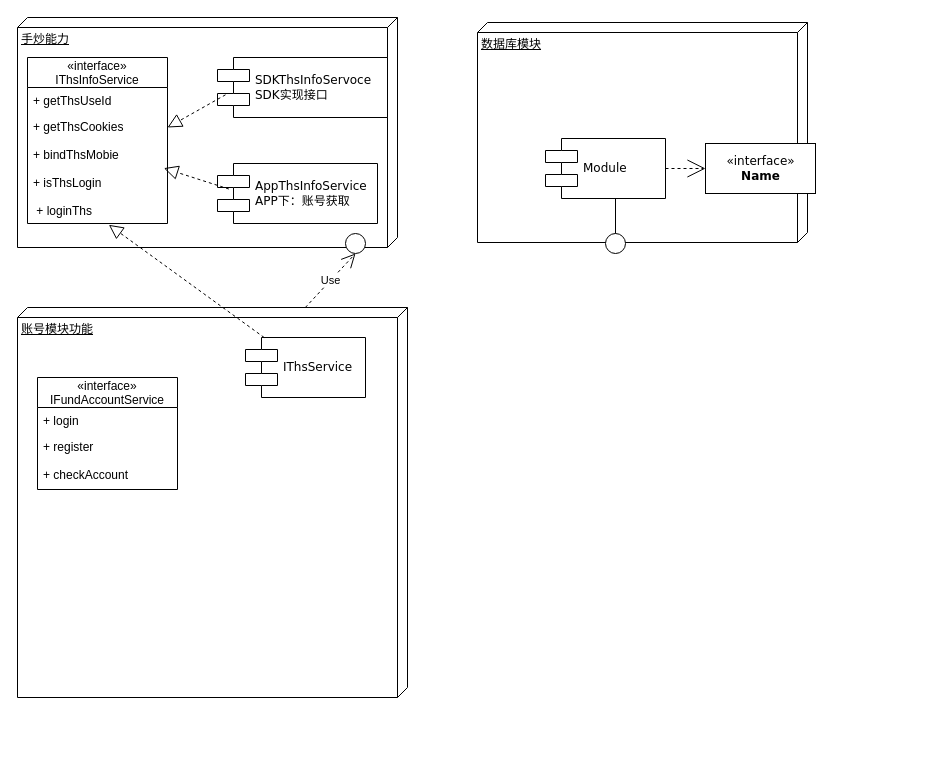
Above: class.drawio in NamSangMi/-personal-learning (draw.io), before the change. Source tidied: cells renumbered, new cells numbered last; positions are measured from the earlier drawing's top-left corner, leaving out a move shared by most shapes. Both pictures are drawn from the tidied source at 100%, with x=0, y=0 at pixel (17, 17).
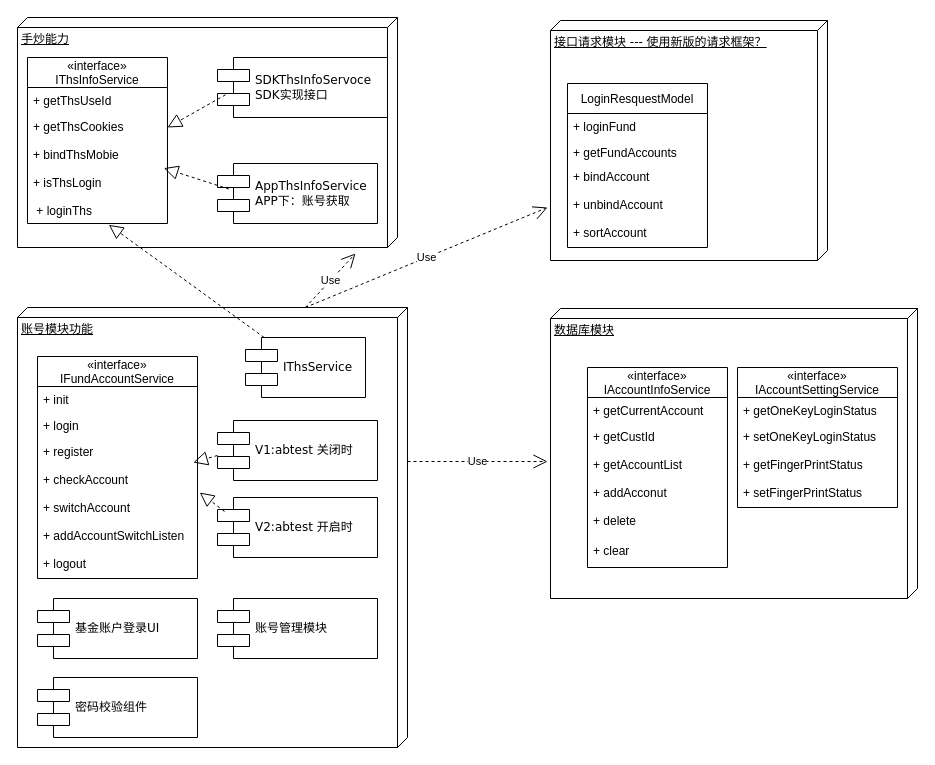
After the change.

Change to the diagram source:
```diff
@@
     <mxCell id="3" value="数据库模块" style="verticalAlign=top;align=left;spacingTop=8;spacingLeft=2;spacingRight=12;shape=cube;size=10;direction=south;fontStyle=4;html=1;rounded=0;shadow=0;comic=0;labelBackgroundColor=none;strokeWidth=1;fontFamily=Verdana;fontSize=12;" parent="1" vertex="1">
-      <mxGeometry x="460" y="5" width="330" height="220" as="geometry" />
+      <mxGeometry x="533" y="291" width="367" height="290" as="geometry" />
     </mxCell>
     <mxCell id="4" value="账号模块功能" style="verticalAlign=top;align=left;spacingTop=8;spacingLeft=2;spacingRight=12;shape=cube;size=10;direction=south;fontStyle=4;html=1;rounded=0;shadow=0;comic=0;labelBackgroundColor=none;strokeWidth=1;fontFamily=Verdana;fontSize=12;" parent="1" vertex="1">
-      <mxGeometry y="290" width="390" height="390" as="geometry" />
+      <mxGeometry y="290" width="390" height="440" as="geometry" />
     </mxCell>
@@
-    <mxCell id="6" style="ellipse;whiteSpace=wrap;html=1;rounded=0;shadow=0;comic=0;labelBackgroundColor=none;strokeWidth=1;fontFamily=Verdana;fontSize=12;align=center;" parent="1" vertex="1">
-      <mxGeometry x="328" y="216" width="20" height="20" as="geometry" />
-    </mxCell>
-    <mxCell id="7" value="Module" style="shape=component;align=left;spacingLeft=36;rounded=0;shadow=0;comic=0;labelBackgroundColor=none;strokeWidth=1;fontFamily=Verdana;fontSize=12;html=1;" parent="1" vertex="1">
-      <mxGeometry x="528" y="121" width="120" height="60" as="geometry" />
-    </mxCell>
-    <mxCell id="8" value="&amp;laquo;interface&amp;raquo;&lt;br&gt;&lt;b&gt;Name&lt;/b&gt;" style="html=1;rounded=0;shadow=0;comic=0;labelBackgroundColor=none;strokeWidth=1;fontFamily=Verdana;fontSize=12;align=center;" parent="1" vertex="1">
-      <mxGeometry x="688" y="126" width="110" height="50" as="geometry" />
-    </mxCell>
-    <mxCell id="9" style="ellipse;whiteSpace=wrap;html=1;rounded=0;shadow=0;comic=0;labelBackgroundColor=none;strokeWidth=1;fontFamily=Verdana;fontSize=12;align=center;" parent="1" vertex="1">
-      <mxGeometry x="588" y="216" width="20" height="20" as="geometry" />
-    </mxCell>
-    <mxCell id="10" style="edgeStyle=elbowEdgeStyle;rounded=0;html=1;labelBackgroundColor=none;startArrow=none;startFill=0;startSize=8;endArrow=none;endFill=0;endSize=16;fontFamily=Verdana;fontSize=12;" parent="1" edge="1" source="9" target="7">
-      <mxGeometry relative="1" as="geometry" />
-    </mxCell>
-    <mxCell id="11" style="edgeStyle=orthogonalEdgeStyle;rounded=0;html=1;dashed=1;labelBackgroundColor=none;startArrow=none;startFill=0;startSize=8;endArrow=open;endFill=0;endSize=16;fontFamily=Verdana;fontSize=12;" parent="1" edge="1" source="7" target="8">
-      <mxGeometry relative="1" as="geometry" />
-    </mxCell>
@@
     <mxCell id="19" value="«interface»&#10;IFundAccountService" style="swimlane;fontStyle=0;horizontal=1;startSize=30;" parent="1" vertex="1">
-      <mxGeometry x="20" y="360" width="140" height="112" as="geometry" />
+      <mxGeometry x="20" y="339" width="160" height="222" as="geometry" />
     </mxCell>
+    <mxCell id="28" value="+ init" style="text;strokeColor=none;fillColor=none;align=left;verticalAlign=top;spacingLeft=4;spacingRight=4;overflow=hidden;" parent="19" vertex="1">
+      <mxGeometry y="30" width="160" height="26" as="geometry" />
+    </mxCell>
     <mxCell id="20" value="+ login" style="text;strokeColor=none;fillColor=none;align=left;verticalAlign=top;spacingLeft=4;spacingRight=4;overflow=hidden;" parent="19" vertex="1">
-      <mxGeometry y="30" width="140" height="26" as="geometry" />
+      <mxGeometry y="56" width="160" height="26" as="geometry" />
     </mxCell>
     <mxCell id="21" value="+ register" style="text;strokeColor=none;fillColor=none;align=left;verticalAlign=top;spacingLeft=4;spacingRight=4;overflow=hidden;points=[[0,0.5],[1,0.5]];portConstraint=eastwest;" parent="19" vertex="1">
-      <mxGeometry y="56" width="140" height="28" as="geometry" />
+      <mxGeometry y="82" width="160" height="28" as="geometry" />
     </mxCell>
     <mxCell id="22" value="+ checkAccount" style="text;strokeColor=none;fillColor=none;align=left;verticalAlign=top;spacingLeft=4;spacingRight=4;overflow=hidden;" parent="19" vertex="1">
-      <mxGeometry y="84" width="140" height="28" as="geometry" />
+      <mxGeometry y="110" width="160" height="28" as="geometry" />
     </mxCell>
+    <mxCell id="29" value="+ switchAccount" style="text;strokeColor=none;fillColor=none;align=left;verticalAlign=top;spacingLeft=4;spacingRight=4;overflow=hidden;points=[[0,0.5],[1,0.5]];portConstraint=eastwest;" parent="19" vertex="1">
+      <mxGeometry y="138" width="160" height="28" as="geometry" />
+    </mxCell>
+    <mxCell id="30" value="+ addAccountSwitchListen" style="text;strokeColor=none;fillColor=none;align=left;verticalAlign=top;spacingLeft=4;spacingRight=4;overflow=hidden;" parent="19" vertex="1">
+      <mxGeometry y="166" width="160" height="28" as="geometry" />
+    </mxCell>
+    <mxCell id="31" value="+ logout" style="text;strokeColor=none;fillColor=none;align=left;verticalAlign=top;spacingLeft=4;spacingRight=4;overflow=hidden;" parent="19" vertex="1">
+      <mxGeometry y="194" width="160" height="28" as="geometry" />
+    </mxCell>
@@
-    <mxCell id="24" value="Use" style="endArrow=open;endSize=12;dashed=1;html=1;entryX=0.5;entryY=1;entryDx=0;entryDy=0;exitX=0;exitY=0.262;exitDx=0;exitDy=0;exitPerimeter=0;" parent="1" edge="1" source="4" target="6">
-      <mxGeometry relative="1" as="geometry" />
+    <mxCell id="24" value="Use" style="endArrow=open;endSize=12;dashed=1;html=1;entryX=0.5;entryY=1;entryDx=0;entryDy=0;exitX=0;exitY=0.262;exitDx=0;exitDy=0;exitPerimeter=0;" parent="1" edge="1" source="4">
+      <mxGeometry relative="1" as="geometry">
+        <mxPoint x="338" y="236" as="targetPoint" />
+      </mxGeometry>
     </mxCell>
@@
+    <mxCell id="32" value="V1:abtest 关闭时" style="shape=component;align=left;spacingLeft=36;rounded=0;shadow=0;comic=0;labelBackgroundColor=none;strokeWidth=1;fontFamily=Verdana;fontSize=12;html=1;" parent="1" vertex="1">
+      <mxGeometry x="200" y="403" width="160" height="60" as="geometry" />
+    </mxCell>
+    <mxCell id="33" value="V2:abtest 开启时" style="shape=component;align=left;spacingLeft=36;rounded=0;shadow=0;comic=0;labelBackgroundColor=none;strokeWidth=1;fontFamily=Verdana;fontSize=12;html=1;" parent="1" vertex="1">
+      <mxGeometry x="200" y="480" width="160" height="60" as="geometry" />
+    </mxCell>
+    <mxCell id="34" style="endArrow=block;dashed=1;endFill=0;endSize=12;html=1;entryX=0.974;entryY=0.857;entryDx=0;entryDy=0;entryPerimeter=0;exitX=0;exitY=0.583;exitDx=0;exitDy=0;exitPerimeter=0;" parent="1" edge="1" source="32" target="21">
+      <mxGeometry relative="1" as="geometry" />
+    </mxCell>
+    <mxCell id="35" style="endArrow=block;dashed=1;endFill=0;endSize=12;html=1;entryX=1.014;entryY=-0.071;entryDx=0;entryDy=0;entryPerimeter=0;exitX=0.044;exitY=0.233;exitDx=0;exitDy=0;exitPerimeter=0;" parent="1" edge="1" source="33" target="29">
+      <mxGeometry relative="1" as="geometry" />
+    </mxCell>
+    <mxCell id="36" value="«interface»&#10;IAccountInfoService" style="swimlane;fontStyle=0;horizontal=1;startSize=30;" parent="1" vertex="1">
+      <mxGeometry x="570" y="350" width="140" height="200" as="geometry" />
+    </mxCell>
+    <mxCell id="37" value="+ getCurrentAccount" style="text;strokeColor=none;fillColor=none;align=left;verticalAlign=top;spacingLeft=4;spacingRight=4;overflow=hidden;" parent="36" vertex="1">
+      <mxGeometry y="30" width="140" height="26" as="geometry" />
+    </mxCell>
+    <mxCell id="38" value="+ getCustId" style="text;strokeColor=none;fillColor=none;align=left;verticalAlign=top;spacingLeft=4;spacingRight=4;overflow=hidden;" parent="36" vertex="1">
+      <mxGeometry y="56" width="140" height="28" as="geometry" />
+    </mxCell>
+    <mxCell id="39" value="+ getAccountList" style="text;strokeColor=none;fillColor=none;align=left;verticalAlign=top;spacingLeft=4;spacingRight=4;overflow=hidden;" parent="36" vertex="1">
+      <mxGeometry y="84" width="140" height="28" as="geometry" />
+    </mxCell>
+    <mxCell id="40" value="+ addAcconut" style="text;strokeColor=none;fillColor=none;align=left;verticalAlign=top;spacingLeft=4;spacingRight=4;overflow=hidden;" parent="36" vertex="1">
+      <mxGeometry y="112" width="140" height="28" as="geometry" />
+    </mxCell>
+    <mxCell id="41" value="+ delete" style="text;strokeColor=none;fillColor=none;align=left;verticalAlign=top;spacingLeft=4;spacingRight=4;overflow=hidden;" parent="36" vertex="1">
+      <mxGeometry y="140" width="140" height="30" as="geometry" />
+    </mxCell>
+    <mxCell id="42" value="+ clear" style="text;strokeColor=none;fillColor=none;align=left;verticalAlign=top;spacingLeft=4;spacingRight=4;overflow=hidden;" parent="36" vertex="1">
+      <mxGeometry y="170" width="140" height="30" as="geometry" />
+    </mxCell>
+    <mxCell id="43" value="Use" style="endArrow=open;endSize=12;dashed=1;html=1;exitX=0;exitY=0.262;exitDx=0;exitDy=0;exitPerimeter=0;" parent="1" edge="1">
+      <mxGeometry relative="1" as="geometry">
+        <mxPoint x="390" y="444" as="sourcePoint" />
+        <mxPoint x="530" y="444" as="targetPoint" />
+      </mxGeometry>
+    </mxCell>
+    <mxCell id="44" value="«interface»&#10;IAccountSettingService" style="swimlane;fontStyle=0;horizontal=1;startSize=30;" parent="1" vertex="1">
+      <mxGeometry x="720" y="350" width="160" height="140" as="geometry" />
+    </mxCell>
+    <mxCell id="45" value="+ getOneKeyLoginStatus" style="text;strokeColor=none;fillColor=none;align=left;verticalAlign=top;spacingLeft=4;spacingRight=4;overflow=hidden;" parent="44" vertex="1">
+      <mxGeometry y="30" width="160" height="26" as="geometry" />
+    </mxCell>
+    <mxCell id="46" value="+ setOneKeyLoginStatus" style="text;strokeColor=none;fillColor=none;align=left;verticalAlign=top;spacingLeft=4;spacingRight=4;overflow=hidden;" parent="44" vertex="1">
+      <mxGeometry y="56" width="160" height="28" as="geometry" />
+    </mxCell>
+    <mxCell id="47" value="+ getFingerPrintStatus" style="text;strokeColor=none;fillColor=none;align=left;verticalAlign=top;spacingLeft=4;spacingRight=4;overflow=hidden;" parent="44" vertex="1">
+      <mxGeometry y="84" width="160" height="28" as="geometry" />
+    </mxCell>
+    <mxCell id="48" value="+ setFingerPrintStatus" style="text;strokeColor=none;fillColor=none;align=left;verticalAlign=top;spacingLeft=4;spacingRight=4;overflow=hidden;" parent="44" vertex="1">
+      <mxGeometry y="112" width="160" height="28" as="geometry" />
+    </mxCell>
+    <mxCell id="49" value="接口请求模块 --- 使用新版的请求框架？" style="verticalAlign=top;align=left;spacingTop=8;spacingLeft=2;spacingRight=12;shape=cube;size=10;direction=south;fontStyle=4;html=1;rounded=0;shadow=0;comic=0;labelBackgroundColor=none;strokeWidth=1;fontFamily=Verdana;fontSize=12;" parent="1" vertex="1">
+      <mxGeometry x="533" y="3" width="277" height="240" as="geometry" />
+    </mxCell>
+    <mxCell id="50" value="LoginResquestModel" style="swimlane;fontStyle=0;horizontal=1;startSize=30;" parent="1" vertex="1">
+      <mxGeometry x="550" y="66" width="140" height="164" as="geometry" />
+    </mxCell>
+    <mxCell id="51" value="+ loginFund" style="text;strokeColor=none;fillColor=none;align=left;verticalAlign=top;spacingLeft=4;spacingRight=4;overflow=hidden;" parent="50" vertex="1">
+      <mxGeometry y="30" width="140" height="26" as="geometry" />
+    </mxCell>
+    <mxCell id="52" value="+ getFundAccounts" style="text;strokeColor=none;fillColor=none;align=left;verticalAlign=top;spacingLeft=4;spacingRight=4;overflow=hidden;" parent="50" vertex="1">
+      <mxGeometry y="56" width="140" height="24" as="geometry" />
+    </mxCell>
+    <mxCell id="53" value="+ bindAccount" style="text;strokeColor=none;fillColor=none;align=left;verticalAlign=top;spacingLeft=4;spacingRight=4;overflow=hidden;" parent="50" vertex="1">
+      <mxGeometry y="80" width="140" height="28" as="geometry" />
+    </mxCell>
+    <mxCell id="54" value="+ unbindAccount" style="text;strokeColor=none;fillColor=none;align=left;verticalAlign=top;spacingLeft=4;spacingRight=4;overflow=hidden;" parent="50" vertex="1">
+      <mxGeometry y="108" width="140" height="28" as="geometry" />
+    </mxCell>
+    <mxCell id="55" value="+ sortAccount" style="text;strokeColor=none;fillColor=none;align=left;verticalAlign=top;spacingLeft=4;spacingRight=4;overflow=hidden;" parent="50" vertex="1">
+      <mxGeometry y="136" width="140" height="28" as="geometry" />
+    </mxCell>
+    <mxCell id="56" value="Use" style="endArrow=open;endSize=12;dashed=1;html=1;exitX=0;exitY=0.262;exitDx=0;exitDy=0;exitPerimeter=0;" parent="1" edge="1">
+      <mxGeometry relative="1" as="geometry">
+        <mxPoint x="287.8" y="290" as="sourcePoint" />
+        <mxPoint x="530" y="190" as="targetPoint" />
+      </mxGeometry>
+    </mxCell>
+    <mxCell id="57" value="基金账户登录UI" style="shape=component;align=left;spacingLeft=36;rounded=0;shadow=0;comic=0;labelBackgroundColor=none;strokeWidth=1;fontFamily=Verdana;fontSize=12;html=1;" parent="1" vertex="1">
+      <mxGeometry x="20" y="581" width="160" height="60" as="geometry" />
+    </mxCell>
+    <mxCell id="58" value="账号管理模块" style="shape=component;align=left;spacingLeft=36;rounded=0;shadow=0;comic=0;labelBackgroundColor=none;strokeWidth=1;fontFamily=Verdana;fontSize=12;html=1;" parent="1" vertex="1">
+      <mxGeometry x="200" y="581" width="160" height="60" as="geometry" />
+    </mxCell>
+    <mxCell id="59" value="密码校验组件" style="shape=component;align=left;spacingLeft=36;rounded=0;shadow=0;comic=0;labelBackgroundColor=none;strokeWidth=1;fontFamily=Verdana;fontSize=12;html=1;" parent="1" vertex="1">
+      <mxGeometry x="20" y="660" width="160" height="60" as="geometry" />
+    </mxCell>
```
